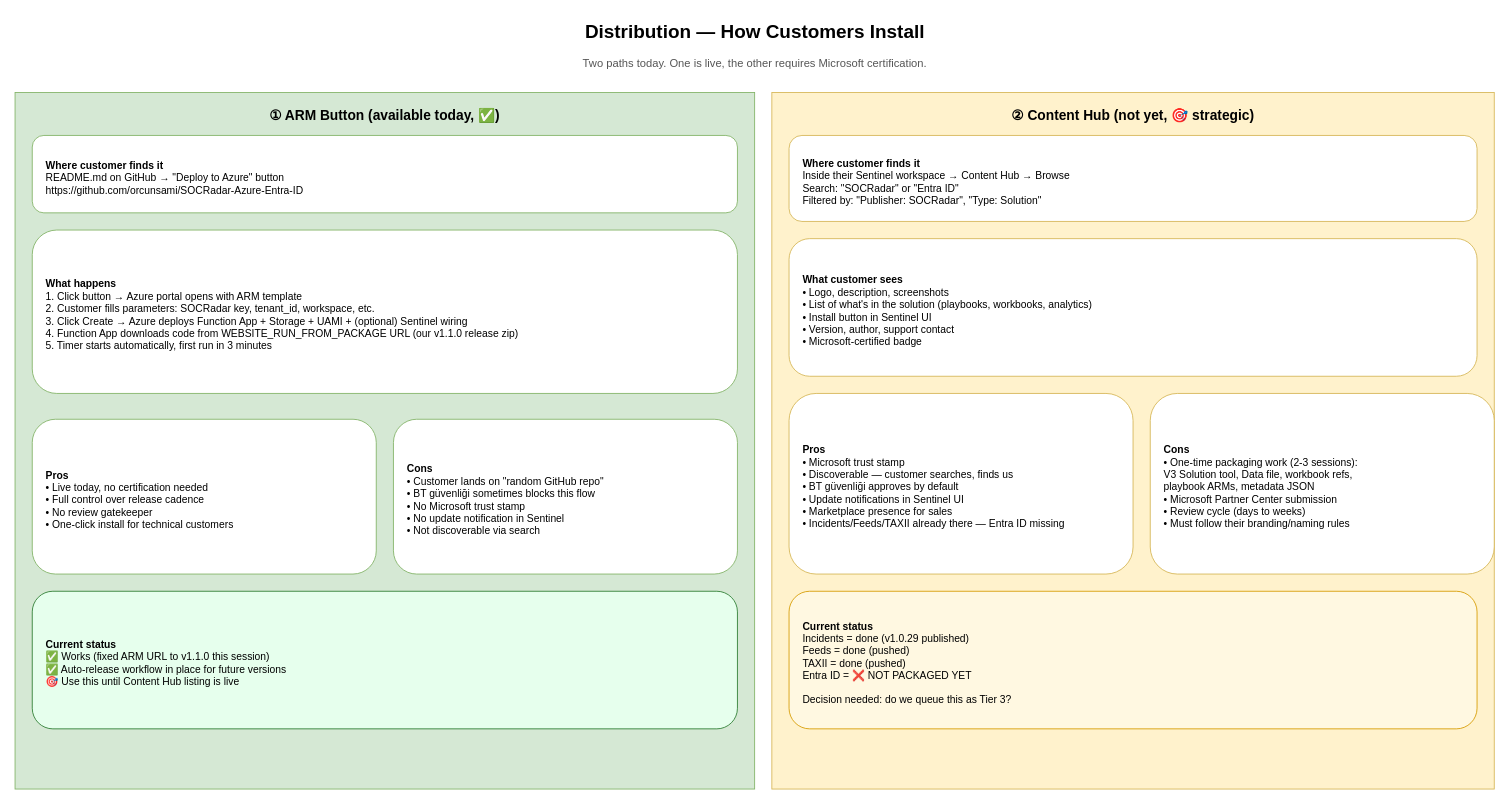
orcunsami/SOCRadar-Azure-Entra-ID keeps this draw.io diagram as page "7. Distribution" (8 of 10) of docs/diagrams/entra-id-overview.drawio. Above is the earlier version. Source tidied: cells renumbered, new cells numbered last; positions are measured from the earlier drawing's top-left corner, leaving out a move shared by most shapes. Both pictures are drawn from the tidied source at 86%, with x=0, y=0 at pixel (15, 15).
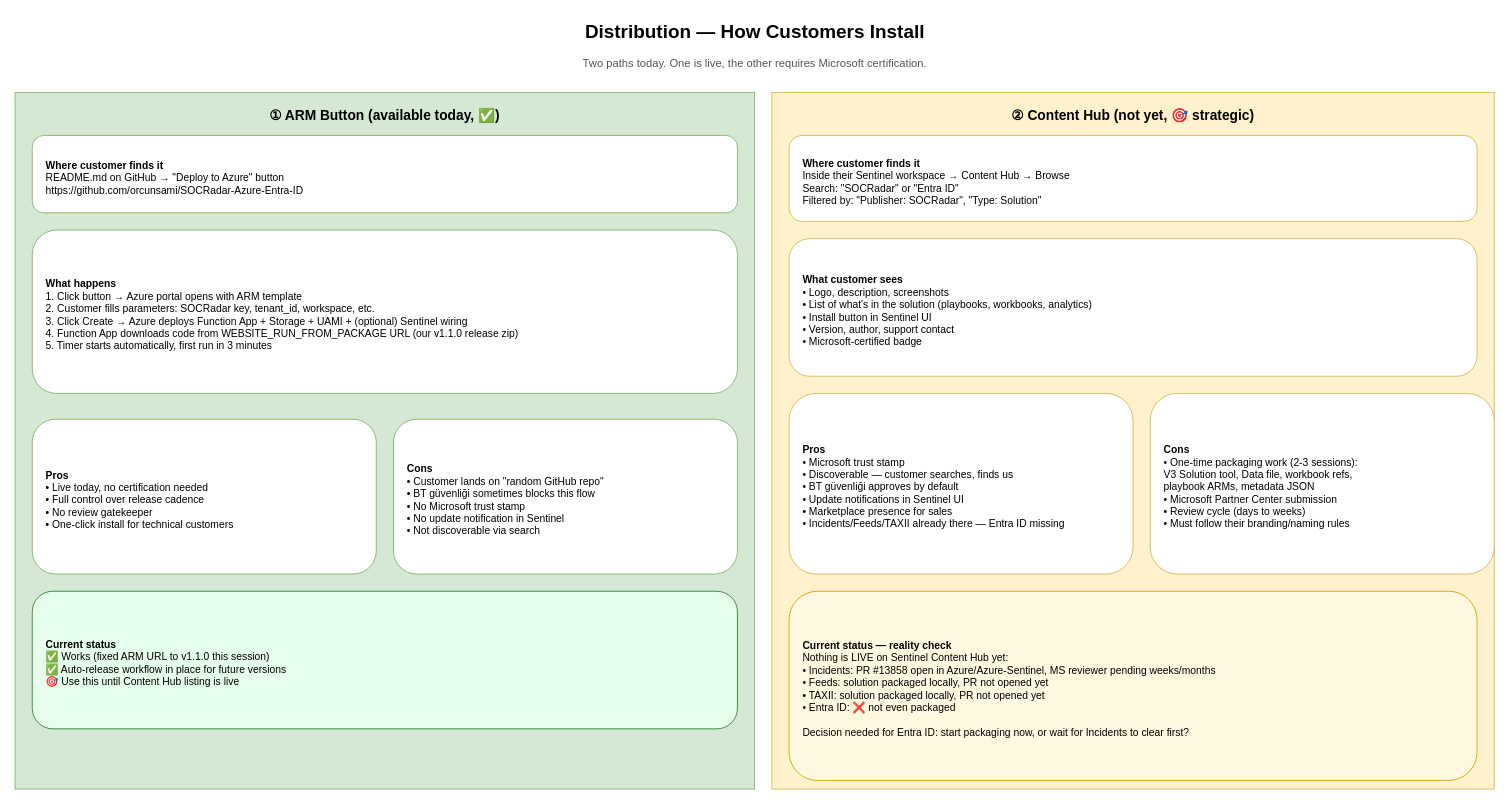
After the change.

Commit message:
Fix diagram: correct Content Hub status (nothing published yet on Sentinel)

The edit, as a diff of the source:
```diff
@@
 <mxGraphModel>
   <root>
     <mxCell id="0" />
     <mxCell id="1" parent="0" />
     <mxCell id="2" value="Distribution — How Customers Install" style="text;strokeColor=none;fillColor=none;html=1;fontSize=22;fontStyle=1;align=center;" parent="1" vertex="1">
       <mxGeometry width="1720" height="40" as="geometry" />
     </mxCell>
     <mxCell id="3" value="Two paths today. One is live, the other requires Microsoft certification." style="text;strokeColor=none;fillColor=none;html=1;fontSize=13;align=center;fontColor=#555;" parent="1" vertex="1">
       <mxGeometry y="42" width="1720" height="24" as="geometry" />
     </mxCell>
     <mxCell id="4" value="&lt;b&gt;① ARM Button (available today, ✅)&lt;/b&gt;" style="rounded=0;whiteSpace=wrap;html=1;fillColor=#d5e8d4;strokeColor=#82b366;fontSize=16;fontStyle=1;verticalAlign=top;spacingTop=10;" parent="1" vertex="1">
       <mxGeometry y="90" width="860" height="810" as="geometry" />
     </mxCell>
     <mxCell id="5" value="&lt;b&gt;Where customer finds it&lt;/b&gt;&#10;README.md on GitHub → &quot;Deploy to Azure&quot; button&#10;https://github.com/orcunsami/SOCRadar-Azure-Entra-ID" style="rounded=1;whiteSpace=wrap;html=1;fillColor=#ffffff;strokeColor=#82b366;fontSize=12;align=left;spacingLeft=14;spacingTop=8;" parent="1" vertex="1">
       <mxGeometry x="20" y="140" width="820" height="90" as="geometry" />
     </mxCell>
     <mxCell id="6" value="&lt;b&gt;What happens&lt;/b&gt;&#10;1. Click button → Azure portal opens with ARM template&#10;2. Customer fills parameters: SOCRadar key, tenant_id, workspace, etc.&#10;3. Click Create → Azure deploys Function App + Storage + UAMI + (optional) Sentinel wiring&#10;4. Function App downloads code from WEBSITE_RUN_FROM_PACKAGE URL (our v1.1.0 release zip)&#10;5. Timer starts automatically, first run in 3 minutes" style="rounded=1;whiteSpace=wrap;html=1;fillColor=#ffffff;strokeColor=#82b366;fontSize=12;align=left;spacingLeft=14;spacingTop=8;" parent="1" vertex="1">
       <mxGeometry x="20" y="250" width="820" height="190" as="geometry" />
     </mxCell>
     <mxCell id="7" value="&lt;b&gt;Pros&lt;/b&gt;&#10;• Live today, no certification needed&#10;• Full control over release cadence&#10;• No review gatekeeper&#10;• One-click install for technical customers" style="rounded=1;whiteSpace=wrap;html=1;fillColor=#ffffff;strokeColor=#82b366;fontSize=12;align=left;spacingLeft=14;spacingTop=8;" parent="1" vertex="1">
       <mxGeometry x="20" y="470" width="400" height="180" as="geometry" />
     </mxCell>
     <mxCell id="8" value="&lt;b&gt;Cons&lt;/b&gt;&#10;• Customer lands on &quot;random GitHub repo&quot;&#10;• BT güvenliği sometimes blocks this flow&#10;• No Microsoft trust stamp&#10;• No update notification in Sentinel&#10;• Not discoverable via search" style="rounded=1;whiteSpace=wrap;html=1;fillColor=#ffffff;strokeColor=#82b366;fontSize=12;align=left;spacingLeft=14;spacingTop=8;" parent="1" vertex="1">
       <mxGeometry x="440" y="470" width="400" height="180" as="geometry" />
     </mxCell>
     <mxCell id="9" value="&lt;b&gt;Current status&lt;/b&gt;&#10;✅ Works (fixed ARM URL to v1.1.0 this session)&#10;✅ Auto-release workflow in place for future versions&#10;🎯 Use this until Content Hub listing is live" style="rounded=1;whiteSpace=wrap;html=1;fillColor=#e6ffed;strokeColor=#2d7d32;fontSize=12;align=left;spacingLeft=14;spacingTop=8;" parent="1" vertex="1">
       <mxGeometry x="20" y="670" width="820" height="160" as="geometry" />
     </mxCell>
     <mxCell id="10" value="&lt;b&gt;② Content Hub (not yet, 🎯 strategic)&lt;/b&gt;" style="rounded=0;whiteSpace=wrap;html=1;fillColor=#fff2cc;strokeColor=#d6b656;fontSize=16;fontStyle=1;verticalAlign=top;spacingTop=10;" parent="1" vertex="1">
       <mxGeometry x="880" y="90" width="840" height="810" as="geometry" />
     </mxCell>
     <mxCell id="11" value="&lt;b&gt;Where customer finds it&lt;/b&gt;&#10;Inside their Sentinel workspace → Content Hub → Browse&#10;Search: &quot;SOCRadar&quot; or &quot;Entra ID&quot;&#10;Filtered by: &quot;Publisher: SOCRadar&quot;, &quot;Type: Solution&quot;" style="rounded=1;whiteSpace=wrap;html=1;fillColor=#ffffff;strokeColor=#d6b656;fontSize=12;align=left;spacingLeft=14;spacingTop=8;" parent="1" vertex="1">
       <mxGeometry x="900" y="140" width="800" height="100" as="geometry" />
     </mxCell>
     <mxCell id="12" value="&lt;b&gt;What customer sees&lt;/b&gt;&#10;• Logo, description, screenshots&#10;• List of what's in the solution (playbooks, workbooks, analytics)&#10;• Install button in Sentinel UI&#10;• Version, author, support contact&#10;• Microsoft-certified badge" style="rounded=1;whiteSpace=wrap;html=1;fillColor=#ffffff;strokeColor=#d6b656;fontSize=12;align=left;spacingLeft=14;spacingTop=8;" parent="1" vertex="1">
       <mxGeometry x="900" y="260" width="800" height="160" as="geometry" />
     </mxCell>
     <mxCell id="13" value="&lt;b&gt;Pros&lt;/b&gt;&#10;• Microsoft trust stamp&#10;• Discoverable — customer searches, finds us&#10;• BT güvenliği approves by default&#10;• Update notifications in Sentinel UI&#10;• Marketplace presence for sales&#10;• Incidents/Feeds/TAXII already there — Entra ID missing" style="rounded=1;whiteSpace=wrap;html=1;fillColor=#ffffff;strokeColor=#d6b656;fontSize=12;align=left;spacingLeft=14;spacingTop=8;" parent="1" vertex="1">
       <mxGeometry x="900" y="440" width="400" height="210" as="geometry" />
     </mxCell>
     <mxCell id="14" value="&lt;b&gt;Cons&lt;/b&gt;&#10;• One-time packaging work (2-3 sessions):&#10;  V3 Solution tool, Data file, workbook refs,&#10;  playbook ARMs, metadata JSON&#10;• Microsoft Partner Center submission&#10;• Review cycle (days to weeks)&#10;• Must follow their branding/naming rules" style="rounded=1;whiteSpace=wrap;html=1;fillColor=#ffffff;strokeColor=#d6b656;fontSize=12;align=left;spacingLeft=14;spacingTop=8;" parent="1" vertex="1">
       <mxGeometry x="1320" y="440" width="400" height="210" as="geometry" />
     </mxCell>
-    <mxCell id="15" value="&lt;b&gt;Current status&lt;/b&gt;&#10;Incidents = done (v1.0.29 published)&#10;Feeds = done (pushed)&#10;TAXII = done (pushed)&#10;Entra ID = ❌ NOT PACKAGED YET&#10;&#10;Decision needed: do we queue this as Tier 3?" style="rounded=1;whiteSpace=wrap;html=1;fillColor=#fff8e1;strokeColor=#d79b00;fontSize=12;align=left;spacingLeft=14;spacingTop=8;" parent="1" vertex="1">
-      <mxGeometry x="900" y="670" width="800" height="160" as="geometry" />
+    <mxCell id="15" value="&lt;b&gt;Current status — reality check&lt;/b&gt;&#10;Nothing is LIVE on Sentinel Content Hub yet:&#10;• Incidents: PR #13858 open in Azure/Azure-Sentinel, MS reviewer pending weeks/months&#10;• Feeds: solution packaged locally, PR not opened yet&#10;• TAXII: solution packaged locally, PR not opened yet&#10;• Entra ID: ❌ not even packaged&#10;&#10;Decision needed for Entra ID: start packaging now, or wait for Incidents to clear first?" style="rounded=1;whiteSpace=wrap;html=1;fillColor=#fff8e1;strokeColor=#d79b00;fontSize=12;align=left;spacingLeft=14;spacingTop=8;" parent="1" vertex="1">
+      <mxGeometry x="900" y="670" width="800" height="220" as="geometry" />
     </mxCell>
   </root>
 </mxGraphModel>
```
